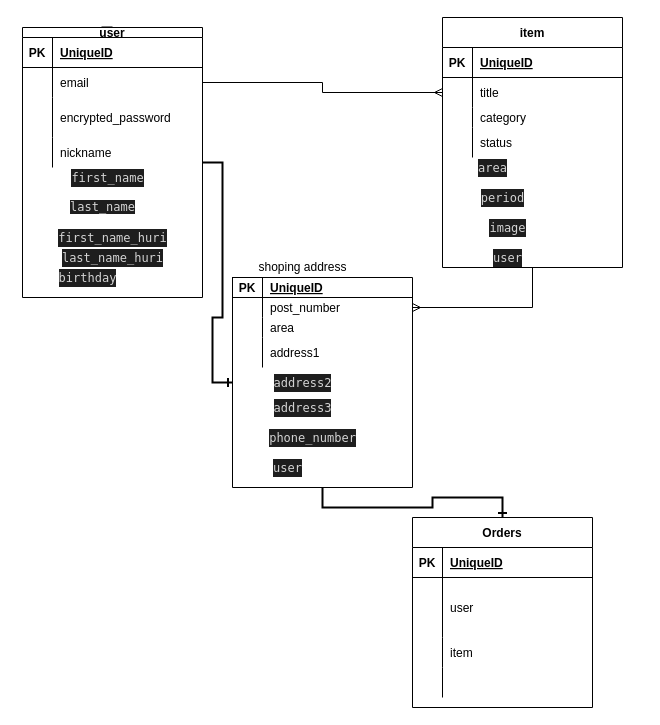
Before: furima.dio in Masahiro6280/furima-36771, a draw.io diagram. Source tidied: cells renumbered, new cells numbered last; positions are measured from the earlier drawing's top-left corner, leaving out a move shared by most shapes. Both pictures are drawn from the tidied source at 100%, with x=0, y=0 at pixel (22, 17).
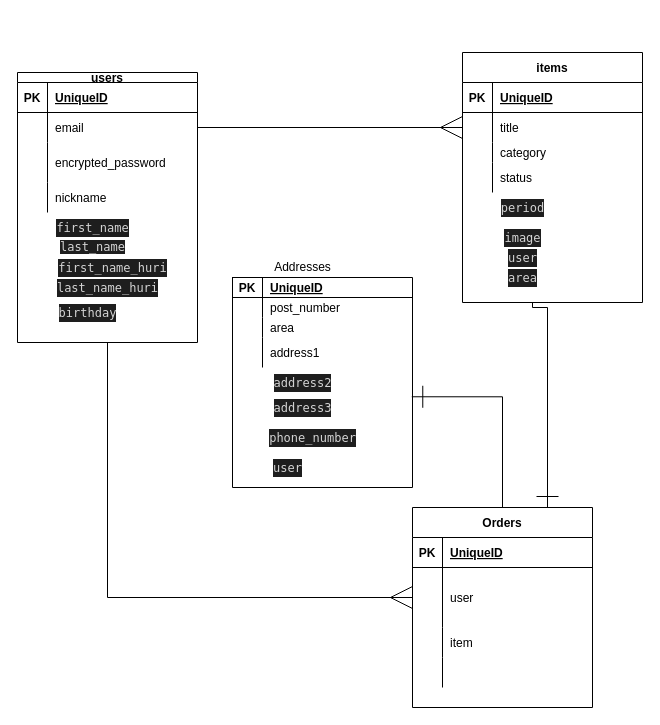
The same page after the edit.

Unchanged cells that the change refers to:
```xml
<mxCell id="8" style="shape=partialRectangle;fillColor=none;top=0;left=0;bottom=0;right=0;points=[[0,0.5],[1,0.5]];portConstraint=eastwest;" parent="4" vertex="1">
  <mxGeometry y="40" width="180" height="30" as="geometry" />
</mxCell>
<mxCell id="22" style="shape=partialRectangle;fillColor=none;top=0;left=0;bottom=0;right=0;points=[[0,0.5],[1,0.5]];portConstraint=eastwest;" parent="18" vertex="1">
  <mxGeometry y="60" width="180" height="30" as="geometry" />
</mxCell>
<mxCell id="32" style="shape=table;startSize=0;childLayout=tableLayout;rowLines=0;fontStyle=1;align=center;" parent="1" vertex="1">
  <mxGeometry x="210" y="260" width="180" height="210" as="geometry" />
</mxCell>
<mxCell id="36" style="shape=partialRectangle;fillColor=none;top=0;left=0;bottom=0;right=0;points=[[0,0.5],[1,0.5]];portConstraint=eastwest;" parent="32" vertex="1">
  <mxGeometry y="20" width="180" height="20" as="geometry" />
</mxCell>
<mxCell id="50" style="shape=partialRectangle;fillColor=none;top=0;left=0;bottom=0;right=0;points=[[0,0.5],[1,0.5]];portConstraint=eastwest;" parent="46" vertex="1">
  <mxGeometry y="60" width="180" height="60" as="geometry" />
</mxCell>
```

Change to the diagram source:
```diff
@@
-    <mxCell id="2" style="edgeStyle=orthogonalEdgeStyle;rounded=0;jettySize=auto;html=1;entryX=0;entryY=0.5;entryDx=0;entryDy=0;endArrow=ERone;endFill=0;strokeWidth=2;" parent="1" edge="1" source="4" target="32">
+    <mxCell id="2" style="edgeStyle=orthogonalEdgeStyle;rounded=0;jettySize=auto;html=1;entryX=0;entryY=0.5;entryDx=0;entryDy=0;endArrow=ERmany;endFill=0;strokeWidth=1;endSize=20;" parent="1" edge="1" source="4" target="50">
       <mxGeometry relative="1" as="geometry" />
     </mxCell>
-    <mxCell id="3" style="edgeStyle=orthogonalEdgeStyle;rounded=0;jettySize=auto;html=1;exitX=0.5;exitY=0;exitDx=0;exitDy=0;endArrow=ERone;endFill=0;strokeWidth=2;" parent="1" edge="1" source="4">
-      <mxGeometry relative="1" as="geometry">
-        <mxPoint x="80" y="20" as="targetPoint" />
-      </mxGeometry>
-    </mxCell>
-    <mxCell id="4" value="user" style="shape=table;startSize=10;childLayout=tableLayout;rowLines=0;fontStyle=1;align=center;" parent="1" vertex="1">
-      <mxGeometry y="10" width="180" height="270" as="geometry" />
+    <mxCell id="4" value="users" style="shape=table;startSize=10;childLayout=tableLayout;rowLines=0;fontStyle=1;align=center;" parent="1" vertex="1">
+      <mxGeometry x="-5" y="55" width="180" height="270" as="geometry" />
     </mxCell>
@@
-    <mxCell id="17" style="edgeStyle=orthogonalEdgeStyle;rounded=0;jettySize=auto;html=1;entryX=1;entryY=0.5;entryDx=0;entryDy=0;endArrow=ERmany;endFill=0;" parent="1" edge="1" source="18" target="36">
-      <mxGeometry relative="1" as="geometry" />
+    <mxCell id="17" style="edgeStyle=orthogonalEdgeStyle;rounded=0;jettySize=auto;html=1;endArrow=ERone;endFill=0;entryX=0.75;entryY=0;entryDx=0;entryDy=0;endSize=20;" parent="1" edge="1" target="46">
+      <mxGeometry relative="1" as="geometry">
+        <mxPoint x="525" y="285" as="sourcePoint" />
+        <Array as="points">
+          <mxPoint x="510" y="290" />
+          <mxPoint x="525" y="290" />
+        </Array>
+      </mxGeometry>
     </mxCell>
-    <mxCell id="18" value="item" style="shape=table;startSize=30;childLayout=tableLayout;rowLines=0;fontStyle=1;align=center;" parent="1" vertex="1">
-      <mxGeometry x="420" width="180" height="250" as="geometry" />
+    <mxCell id="18" value="items" style="shape=table;startSize=30;childLayout=tableLayout;rowLines=0;fontStyle=1;align=center;" parent="1" vertex="1">
+      <mxGeometry x="440" y="35" width="180" height="250" as="geometry" />
     </mxCell>
@@
-    <mxCell id="31" style="edgeStyle=orthogonalEdgeStyle;rounded=0;jettySize=auto;html=1;exitX=0.5;exitY=1;exitDx=0;exitDy=0;entryX=0.5;entryY=0;entryDx=0;entryDy=0;endArrow=ERone;endFill=0;strokeWidth=2;" parent="1" edge="1" source="32" target="46">
-      <mxGeometry relative="1" as="geometry" />
-    </mxCell>
@@
-    <mxCell id="45" style="edgeStyle=orthogonalEdgeStyle;rounded=0;jettySize=auto;html=1;exitX=1;exitY=0.5;exitDx=0;exitDy=0;entryX=0;entryY=0.5;entryDx=0;entryDy=0;endArrow=ERmany;endFill=0;" parent="1" edge="1" source="8" target="22">
+    <mxCell id="45" style="edgeStyle=orthogonalEdgeStyle;rounded=0;jettySize=auto;html=1;exitX=1;exitY=0.5;exitDx=0;exitDy=0;entryX=0;entryY=0.5;entryDx=0;entryDy=0;endArrow=ERmany;endFill=0;endSize=20;" parent="1" edge="1" source="8" target="22">
       <mxGeometry relative="1" as="geometry" />
     </mxCell>
+    <mxCell id="73" style="edgeStyle=orthogonalEdgeStyle;rounded=0;jettySize=auto;html=1;entryX=0.996;entryY=0.568;entryDx=0;entryDy=0;entryPerimeter=0;endArrow=ERone;endFill=0;strokeWidth=1;endSize=20;" parent="1" edge="1" source="46" target="32">
+      <mxGeometry relative="1" as="geometry" />
+    </mxCell>
     <mxCell id="46" value="Orders" style="shape=table;startSize=30;childLayout=tableLayout;rowLines=0;fontStyle=1;align=center;" parent="1" vertex="1">
-      <mxGeometry x="390" y="500" width="180" height="190" as="geometry" />
+      <mxGeometry x="390" y="490" width="180" height="200" as="geometry" />
     </mxCell>
@@
     <mxCell id="59" value="&lt;div style=&quot;color: rgb(212 , 212 , 212) ; background-color: rgb(30 , 30 , 30) ; font-family: &amp;#34;menlo&amp;#34; , &amp;#34;monaco&amp;#34; , &amp;#34;courier new&amp;#34; , monospace ; line-height: 18px&quot;&gt;first_name&lt;/div&gt;" style="text;html=1;align=center;verticalAlign=middle;strokeColor=none;" parent="1" vertex="1">
-      <mxGeometry x="40" y="150" width="90" height="20" as="geometry" />
+      <mxGeometry x="25" y="200" width="90" height="20" as="geometry" />
     </mxCell>
     <mxCell id="60" value="&lt;span style=&quot;background-color: rgb(30 , 30 , 30) ; color: rgb(212 , 212 , 212) ; font-family: &amp;#34;menlo&amp;#34; , &amp;#34;monaco&amp;#34; , &amp;#34;courier new&amp;#34; , monospace&quot;&gt;last_name&lt;/span&gt;" style="text;html=1;align=center;verticalAlign=middle;strokeColor=none;" parent="1" vertex="1">
-      <mxGeometry x="40" y="180" width="80" height="20" as="geometry" />
+      <mxGeometry x="30" y="220" width="80" height="20" as="geometry" />
     </mxCell>
     <mxCell id="61" value="&lt;div style=&quot;color: rgb(212 , 212 , 212) ; background-color: rgb(30 , 30 , 30) ; font-family: &amp;#34;menlo&amp;#34; , &amp;#34;monaco&amp;#34; , &amp;#34;courier new&amp;#34; , monospace ; line-height: 18px&quot;&gt;first_name_huri&lt;/div&gt;" style="text;html=1;align=center;verticalAlign=middle;strokeColor=none;" parent="1" vertex="1">
-      <mxGeometry x="30" y="210" width="120" height="20" as="geometry" />
+      <mxGeometry x="30" y="240" width="120" height="20" as="geometry" />
     </mxCell>
     <mxCell id="62" value="&lt;div style=&quot;color: rgb(212 , 212 , 212) ; background-color: rgb(30 , 30 , 30) ; font-family: &amp;#34;menlo&amp;#34; , &amp;#34;monaco&amp;#34; , &amp;#34;courier new&amp;#34; , monospace ; line-height: 18px&quot;&gt;last_name_huri&lt;/div&gt;" style="text;html=1;align=center;verticalAlign=middle;strokeColor=none;" parent="1" vertex="1">
-      <mxGeometry x="30" y="230" width="120" height="20" as="geometry" />
+      <mxGeometry x="25" y="260" width="120" height="20" as="geometry" />
     </mxCell>
     <mxCell id="63" value="&lt;div style=&quot;color: rgb(212 , 212 , 212) ; background-color: rgb(30 , 30 , 30) ; font-family: &amp;#34;menlo&amp;#34; , &amp;#34;monaco&amp;#34; , &amp;#34;courier new&amp;#34; , monospace ; line-height: 18px&quot;&gt;birthday&lt;/div&gt;" style="text;html=1;align=center;verticalAlign=middle;strokeColor=none;rotation=0;" parent="1" vertex="1">
-      <mxGeometry x="30" y="250" width="70" height="20" as="geometry" />
+      <mxGeometry x="30" y="285" width="70" height="20" as="geometry" />
     </mxCell>
     <mxCell id="64" value="&lt;div style=&quot;color: rgb(212 , 212 , 212) ; background-color: rgb(30 , 30 , 30) ; font-family: &amp;#34;menlo&amp;#34; , &amp;#34;monaco&amp;#34; , &amp;#34;courier new&amp;#34; , monospace ; line-height: 18px&quot;&gt;area&lt;/div&gt;" style="text;html=1;align=center;verticalAlign=middle;strokeColor=none;" parent="1" vertex="1">
-      <mxGeometry x="450" y="140" width="40" height="20" as="geometry" />
+      <mxGeometry x="480" y="250" width="40" height="20" as="geometry" />
     </mxCell>
     <mxCell id="65" value="&lt;div style=&quot;color: rgb(212 , 212 , 212) ; background-color: rgb(30 , 30 , 30) ; font-family: &amp;#34;menlo&amp;#34; , &amp;#34;monaco&amp;#34; , &amp;#34;courier new&amp;#34; , monospace ; line-height: 18px&quot;&gt;period &lt;/div&gt;" style="text;html=1;align=center;verticalAlign=middle;strokeColor=none;" parent="1" vertex="1">
-      <mxGeometry x="450" y="170" width="60" height="20" as="geometry" />
+      <mxGeometry x="470" y="180" width="60" height="20" as="geometry" />
     </mxCell>
     <mxCell id="66" value="&lt;div style=&quot;color: rgb(212 , 212 , 212) ; background-color: rgb(30 , 30 , 30) ; font-family: &amp;#34;menlo&amp;#34; , &amp;#34;monaco&amp;#34; , &amp;#34;courier new&amp;#34; , monospace ; line-height: 18px&quot;&gt;image &lt;/div&gt;" style="text;html=1;align=center;verticalAlign=middle;strokeColor=none;" parent="1" vertex="1">
-      <mxGeometry x="460" y="200" width="50" height="20" as="geometry" />
+      <mxGeometry x="475" y="210" width="50" height="20" as="geometry" />
     </mxCell>
     <mxCell id="67" value="&lt;div style=&quot;color: rgb(212 , 212 , 212) ; background-color: rgb(30 , 30 , 30) ; font-family: &amp;#34;menlo&amp;#34; , &amp;#34;monaco&amp;#34; , &amp;#34;courier new&amp;#34; , monospace ; line-height: 18px&quot;&gt;user  &lt;/div&gt;" style="text;html=1;align=center;verticalAlign=middle;strokeColor=none;" parent="1" vertex="1">
-      <mxGeometry x="465" y="230" width="40" height="20" as="geometry" />
+      <mxGeometry x="480" y="230" width="40" height="20" as="geometry" />
     </mxCell>
-    <mxCell id="68" value="shoping address" style="text;html=1;align=center;verticalAlign=middle;strokeColor=none;" parent="1" vertex="1">
-      <mxGeometry x="230" y="240" width="100" height="20" as="geometry" />
+    <mxCell id="68" value="Addresses" style="text;html=1;align=center;verticalAlign=middle;strokeColor=none;" parent="1" vertex="1">
+      <mxGeometry x="245" y="240" width="70" height="20" as="geometry" />
     </mxCell>
```
